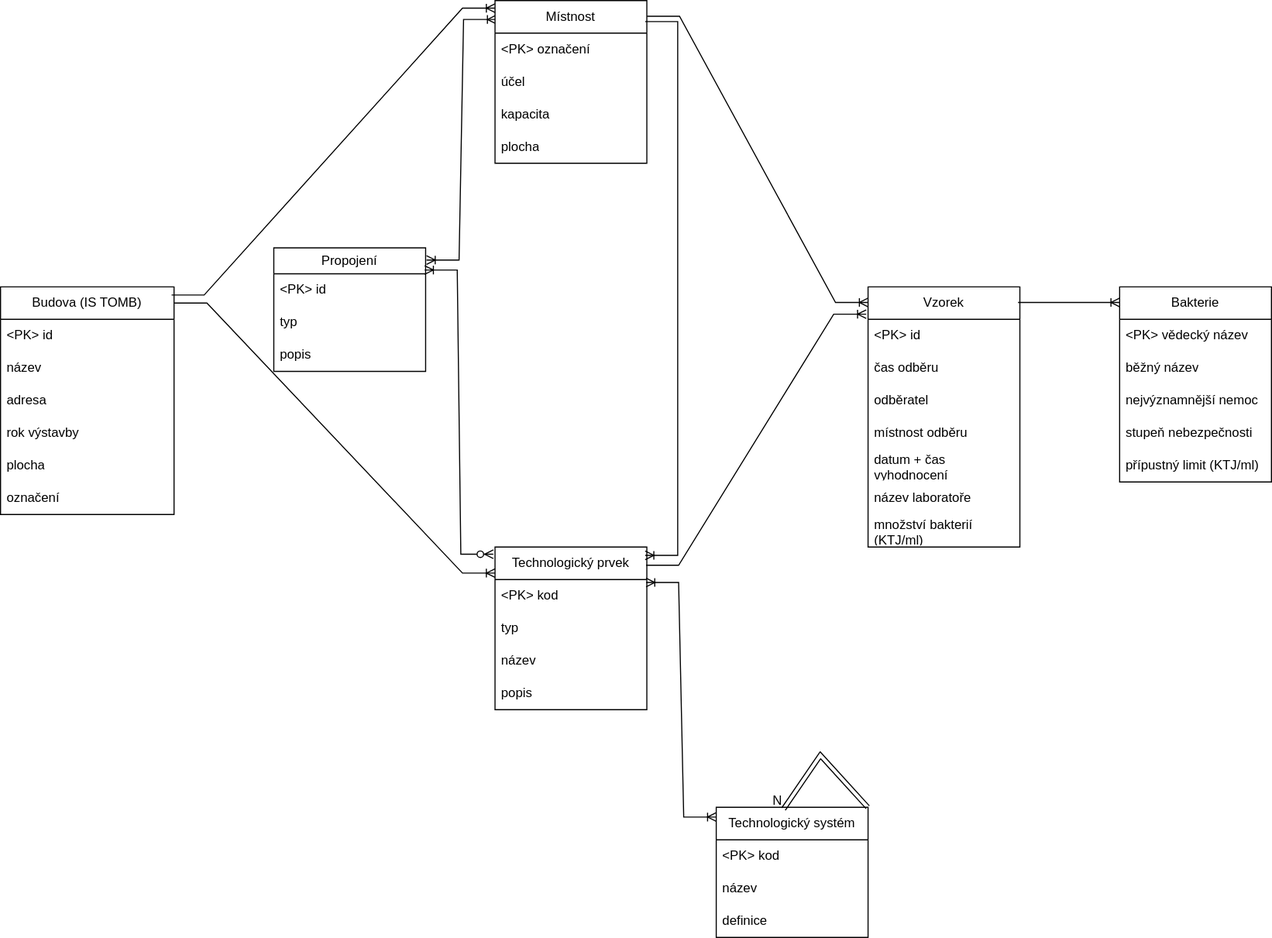
Earlier version of the draw.io export Homework n.1/IUS_Pasportizace.drawio.svg (adstrafe/IUS). Source tidied: cells renumbered, new cells last; positions are measured from the earlier drawing's top-left corner, leaving out a move shared by most shapes.
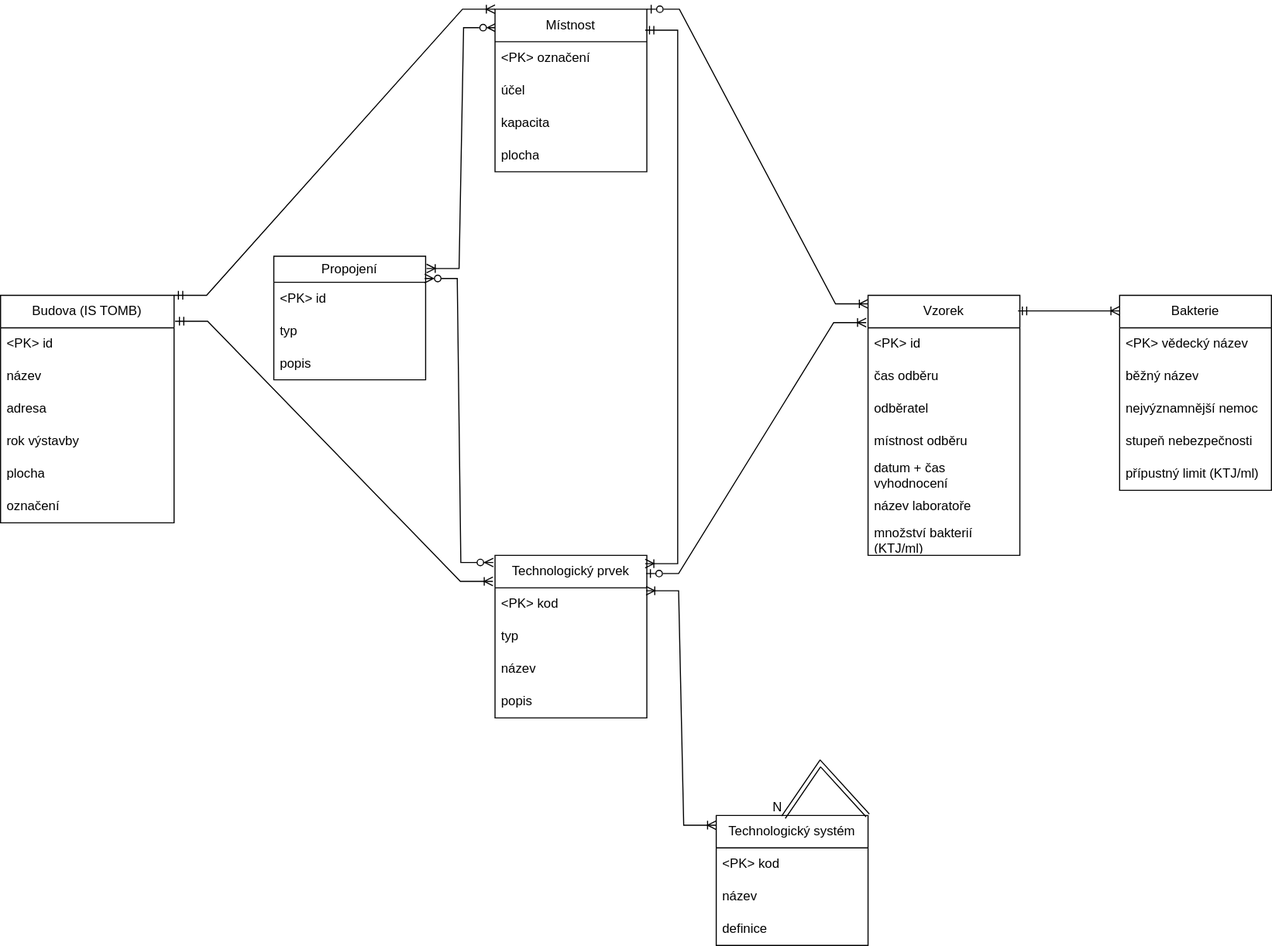
The same diagram one commit later.

Diff of the diagram source:
```diff
@@ -2,8 +2,10 @@
   <root>
     <mxCell id="0" />
     <mxCell id="1" parent="0" />
-    <mxCell id="2" style="edgeStyle=entityRelationEdgeStyle;fontSize=12;html=1;endArrow=ERoneToMany;startArrow=ERoneToMany;rounded=0;entryX=0.007;entryY=0.116;entryDx=0;entryDy=0;entryPerimeter=0;exitX=1.006;exitY=0.099;exitDx=0;exitDy=0;exitPerimeter=0;" parent="1" edge="1" source="47" target="10">
-      <mxGeometry relative="1" as="geometry" />
+    <mxCell id="2" style="edgeStyle=entityRelationEdgeStyle;fontSize=12;html=1;endArrow=ERzeroToMany;startArrow=ERoneToMany;rounded=0;exitX=1.006;exitY=0.099;exitDx=0;exitDy=0;exitPerimeter=0;endFill=0;" parent="1" edge="1" source="47">
+      <mxGeometry relative="1" as="geometry">
+        <mxPoint x="457" y="17" as="targetPoint" />
+      </mxGeometry>
     </mxCell>
     <mxCell id="3" value="Budova (IS TOMB)" style="swimlane;fontStyle=0;horizontal=1;startSize=30;whiteSpace=wrap;html=1;" parent="1" vertex="1">
       <mxGeometry y="264" width="160" height="210" as="geometry" />
@@ -41,17 +43,6 @@
     <mxCell id="14" value="plocha" style="text;strokeColor=none;fillColor=none;align=left;verticalAlign=middle;spacingLeft=4;spacingRight=4;overflow=hidden;whiteSpace=wrap;html=1;" parent="10" vertex="1">
       <mxGeometry y="120" width="140" height="30" as="geometry" />
     </mxCell>
-    <mxCell id="15" style="edgeStyle=entityRelationEdgeStyle;fontSize=12;html=1;endArrow=ERoneToMany;rounded=0;exitX=0.986;exitY=0.036;exitDx=0;exitDy=0;exitPerimeter=0;" parent="1" edge="1" source="3">
-      <mxGeometry relative="1" as="geometry">
-        <mxPoint x="456" y="7" as="targetPoint" />
-        <Array as="points">
-          <mxPoint x="365" y="366" />
-          <mxPoint x="425" y="406" />
-          <mxPoint x="360" y="406" />
-          <mxPoint x="340" y="416" />
-        </Array>
-      </mxGeometry>
-    </mxCell>
     <mxCell id="16" value="Technologický prvek" style="swimlane;fontStyle=0;horizontal=1;startSize=30;whiteSpace=wrap;html=1;" parent="1" vertex="1">
       <mxGeometry x="456" y="504" width="140" height="150" as="geometry" />
     </mxCell>
@@ -121,9 +112,6 @@
     <mxCell id="38" value="přípustný limit (KTJ/ml)" style="text;strokeColor=none;fillColor=none;align=left;verticalAlign=middle;spacingLeft=4;spacingRight=4;overflow=hidden;whiteSpace=wrap;html=1;" parent="33" vertex="1">
       <mxGeometry y="150" width="140" height="30" as="geometry" />
     </mxCell>
-    <mxCell id="39" style="edgeStyle=entityRelationEdgeStyle;fontSize=12;html=1;endArrow=ERoneToMany;rounded=0;exitX=1.002;exitY=0.071;exitDx=0;exitDy=0;exitPerimeter=0;entryX=0;entryY=0.16;entryDx=0;entryDy=0;entryPerimeter=0;" parent="1" edge="1" source="3" target="16">
-      <mxGeometry relative="1" as="geometry" />
-    </mxCell>
     <mxCell id="40" style="edgeStyle=entityRelationEdgeStyle;fontSize=12;html=1;endArrow=ERoneToMany;startArrow=ERoneToMany;rounded=0;exitX=0.995;exitY=0.089;exitDx=0;exitDy=0;exitPerimeter=0;entryX=0;entryY=0.075;entryDx=0;entryDy=0;entryPerimeter=0;" parent="1" edge="1" source="17" target="21">
       <mxGeometry relative="1" as="geometry" />
     </mxCell>
@@ -137,20 +125,20 @@
     <mxCell id="42" value="N" style="html=1;whiteSpace=wrap;align=right;verticalAlign=bottom;" parent="41" vertex="1">
       <mxGeometry x="1" relative="1" as="geometry" />
     </mxCell>
-    <mxCell id="43" style="edgeStyle=entityRelationEdgeStyle;fontSize=12;html=1;endArrow=ERoneToMany;rounded=0;exitX=1.001;exitY=0.096;exitDx=0;exitDy=0;exitPerimeter=0;entryX=0;entryY=0.06;entryDx=0;entryDy=0;entryPerimeter=0;" parent="1" edge="1" source="10" target="25">
+    <mxCell id="43" style="edgeStyle=entityRelationEdgeStyle;fontSize=12;html=1;endArrow=ERoneToMany;rounded=0;exitX=1;exitY=0;exitDx=0;exitDy=0;entryX=0;entryY=0.033;entryDx=0;entryDy=0;entryPerimeter=0;startArrow=ERzeroToOne;startFill=0;" parent="1" edge="1" source="10" target="25">
       <mxGeometry relative="1" as="geometry" />
     </mxCell>
-    <mxCell id="44" style="edgeStyle=entityRelationEdgeStyle;fontSize=12;html=1;endArrow=none;rounded=0;endFill=0;startArrow=ERoneToMany;startFill=0;exitX=0.989;exitY=0.051;exitDx=0;exitDy=0;exitPerimeter=0;entryX=0.989;entryY=0.129;entryDx=0;entryDy=0;entryPerimeter=0;" parent="1" edge="1" source="16" target="10">
+    <mxCell id="44" style="edgeStyle=entityRelationEdgeStyle;fontSize=12;html=1;endArrow=ERmandOne;rounded=0;endFill=0;startArrow=ERoneToMany;startFill=0;exitX=0.989;exitY=0.051;exitDx=0;exitDy=0;exitPerimeter=0;entryX=0.989;entryY=0.129;entryDx=0;entryDy=0;entryPerimeter=0;" parent="1" edge="1" source="16" target="10">
       <mxGeometry relative="1" as="geometry" />
     </mxCell>
-    <mxCell id="45" style="edgeStyle=entityRelationEdgeStyle;fontSize=12;html=1;endArrow=ERoneToMany;rounded=0;exitX=0.995;exitY=0.112;exitDx=0;exitDy=0;exitPerimeter=0;entryX=-0.012;entryY=0.105;entryDx=0;entryDy=0;entryPerimeter=0;" parent="1" edge="1" source="16" target="25">
+    <mxCell id="45" style="edgeStyle=entityRelationEdgeStyle;fontSize=12;html=1;endArrow=ERoneToMany;rounded=0;exitX=0.995;exitY=0.112;exitDx=0;exitDy=0;exitPerimeter=0;entryX=-0.012;entryY=0.105;entryDx=0;entryDy=0;entryPerimeter=0;startArrow=ERzeroToOne;startFill=0;" parent="1" edge="1" source="16" target="25">
       <mxGeometry relative="1" as="geometry">
         <Array as="points">
           <mxPoint x="684" y="384" />
         </Array>
       </mxGeometry>
     </mxCell>
-    <mxCell id="46" style="edgeStyle=entityRelationEdgeStyle;fontSize=12;html=1;endArrow=ERoneToMany;rounded=0;exitX=0.988;exitY=0.06;exitDx=0;exitDy=0;exitPerimeter=0;entryX=0;entryY=0.08;entryDx=0;entryDy=0;entryPerimeter=0;" parent="1" edge="1" source="25" target="33">
+    <mxCell id="46" style="edgeStyle=entityRelationEdgeStyle;fontSize=12;html=1;endArrow=ERoneToMany;rounded=0;exitX=0.988;exitY=0.06;exitDx=0;exitDy=0;exitPerimeter=0;entryX=0;entryY=0.08;entryDx=0;entryDy=0;entryPerimeter=0;startArrow=ERmandOne;startFill=0;" parent="1" edge="1" source="25" target="33">
       <mxGeometry relative="1" as="geometry" />
     </mxCell>
     <mxCell id="47" value="Propojení" style="swimlane;fontStyle=0;horizontal=1;startSize=24;whiteSpace=wrap;html=1;" parent="1" vertex="1">
@@ -165,8 +153,14 @@
     <mxCell id="50" value="popis" style="text;strokeColor=none;fillColor=none;align=left;verticalAlign=middle;spacingLeft=4;spacingRight=4;overflow=hidden;whiteSpace=wrap;html=1;" parent="47" vertex="1">
       <mxGeometry y="84" width="140" height="30" as="geometry" />
     </mxCell>
-    <mxCell id="51" style="edgeStyle=entityRelationEdgeStyle;fontSize=12;html=1;endArrow=ERoneToMany;startArrow=ERzeroToMany;rounded=0;entryX=0.994;entryY=-0.117;entryDx=0;entryDy=0;entryPerimeter=0;exitX=-0.011;exitY=0.044;exitDx=0;exitDy=0;exitPerimeter=0;" parent="1" edge="1" source="16" target="48">
+    <mxCell id="51" style="edgeStyle=entityRelationEdgeStyle;fontSize=12;html=1;endArrow=ERzeroToMany;startArrow=ERzeroToMany;rounded=0;entryX=0.994;entryY=-0.117;entryDx=0;entryDy=0;entryPerimeter=0;exitX=-0.011;exitY=0.044;exitDx=0;exitDy=0;exitPerimeter=0;endFill=0;" parent="1" edge="1" source="16" target="48">
       <mxGeometry relative="1" as="geometry" />
     </mxCell>
+    <mxCell id="52" style="edgeStyle=entityRelationEdgeStyle;fontSize=12;html=1;endArrow=ERoneToMany;startArrow=ERmandOne;rounded=0;entryX=0;entryY=0;entryDx=0;entryDy=0;exitX=1;exitY=0;exitDx=0;exitDy=0;" parent="1" edge="1" source="3" target="10">
+      <mxGeometry relative="1" as="geometry" />
+    </mxCell>
+    <mxCell id="39" style="edgeStyle=entityRelationEdgeStyle;fontSize=12;html=1;endArrow=ERoneToMany;startArrow=ERmandOne;rounded=0;exitX=1.006;exitY=0.114;exitDx=0;exitDy=0;exitPerimeter=0;entryX=-0.014;entryY=0.16;entryDx=0;entryDy=0;entryPerimeter=0;" parent="1" edge="1" source="3" target="16">
+      <mxGeometry relative="1" as="geometry" />
+    </mxCell>
   </root>
 </mxGraphModel>
```
